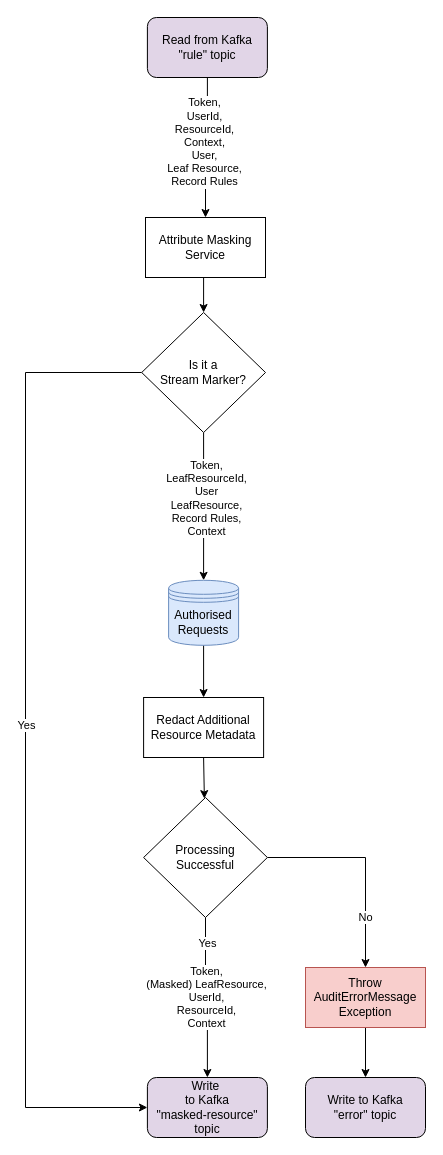
Before: attribute-masking-service/doc/attribute-masking-service.drawio in gchq/Palisade-services, a draw.io diagram. Source tidied: cells renumbered, new cells numbered last; positions are measured from the earlier drawing's top-left corner, leaving out a move shared by most shapes. Both pictures are drawn from the tidied source at 100%, with x=0, y=0 at pixel (25, 17).
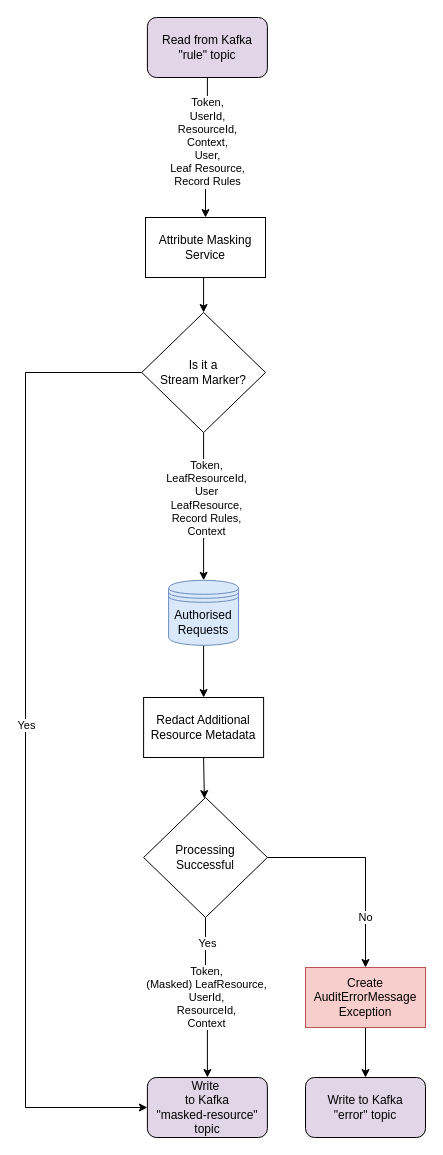
The same diagram, later.

Unchanged cells that the change refers to:
```xml
<mxCell id="4" style="edgeStyle=orthogonalEdgeStyle;rounded=0;jettySize=auto;html=1;exitX=0.5;exitY=1;exitDx=0;exitDy=0;entryX=0.5;entryY=0;entryDx=0;entryDy=0;" parent="1" edge="1" source="6" target="3">
  <mxGeometry relative="1" as="geometry" />
</mxCell>
```

The edit, as a diff of the source:
```diff
@@
     <mxCell id="5" value="&lt;span style=&quot;font-family: &amp;#34;helvetica&amp;#34;&quot;&gt;Token,&lt;/span&gt;&lt;br style=&quot;font-family: &amp;#34;helvetica&amp;#34;&quot;&gt;&lt;span style=&quot;font-family: &amp;#34;helvetica&amp;#34;&quot;&gt;UserId,&lt;/span&gt;&lt;br style=&quot;font-family: &amp;#34;helvetica&amp;#34;&quot;&gt;&lt;span style=&quot;font-family: &amp;#34;helvetica&amp;#34;&quot;&gt;ResourceId,&lt;/span&gt;&lt;br style=&quot;font-family: &amp;#34;helvetica&amp;#34;&quot;&gt;&lt;span style=&quot;font-family: &amp;#34;helvetica&amp;#34;&quot;&gt;Context,&lt;/span&gt;&lt;br style=&quot;font-family: &amp;#34;helvetica&amp;#34;&quot;&gt;&lt;span style=&quot;font-family: &amp;#34;helvetica&amp;#34;&quot;&gt;User,&lt;/span&gt;&lt;br style=&quot;font-family: &amp;#34;helvetica&amp;#34;&quot;&gt;&lt;span style=&quot;font-family: &amp;#34;helvetica&amp;#34;&quot;&gt;Leaf Resource,&lt;br&gt;Record Rules&lt;br&gt;&lt;/span&gt;" style="edgeLabel;html=1;align=center;verticalAlign=middle;" parent="4" vertex="1">
       <mxGeometry x="-0.23" y="-3" relative="1" as="geometry">
-        <mxPoint y="9" as="offset" />
+        <mxPoint x="3" y="9" as="offset" />
       </mxGeometry>
     </mxCell>
@@
-    <mxCell id="23" value="Throw AuditErrorMessage Exception" style="rounded=0;whiteSpace=wrap;html=1;fillColor=#f8cecc;strokeColor=#b85450;" parent="1" vertex="1">
+    <mxCell id="23" value="Create AuditErrorMessage Exception" style="rounded=0;whiteSpace=wrap;html=1;fillColor=#f8cecc;strokeColor=#b85450;" parent="1" vertex="1">
       <mxGeometry x="280" y="950" width="120" height="60" as="geometry" />
     </mxCell>
```
